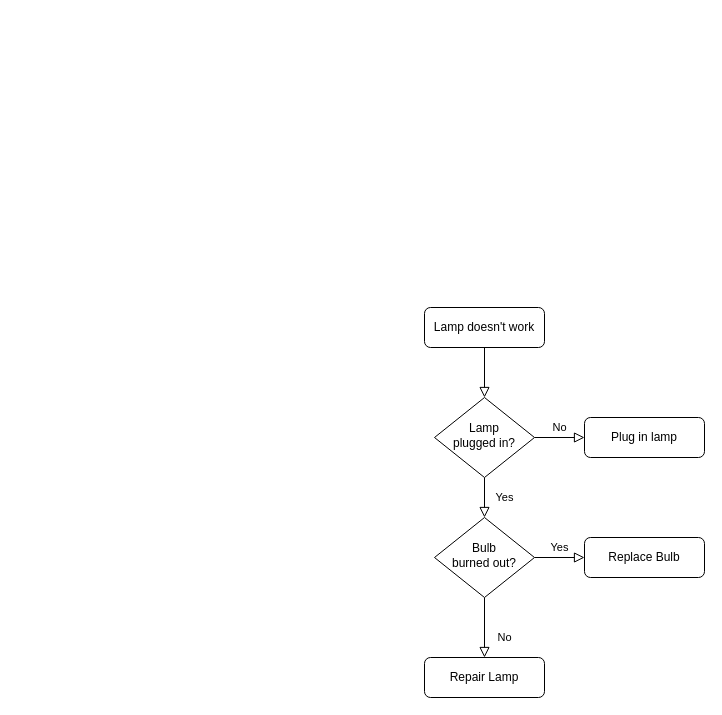
This is frontend/node_eventloop.drawio from Rockergmail/draw.io, a draw.io file, before an edit. Source tidied: cells renumbered, new cells numbered last; positions are measured from the earlier drawing's top-left corner, leaving out a move shared by most shapes. Both pictures are drawn from the tidied source at 100%, with x=0, y=0 at pixel (424, 307).
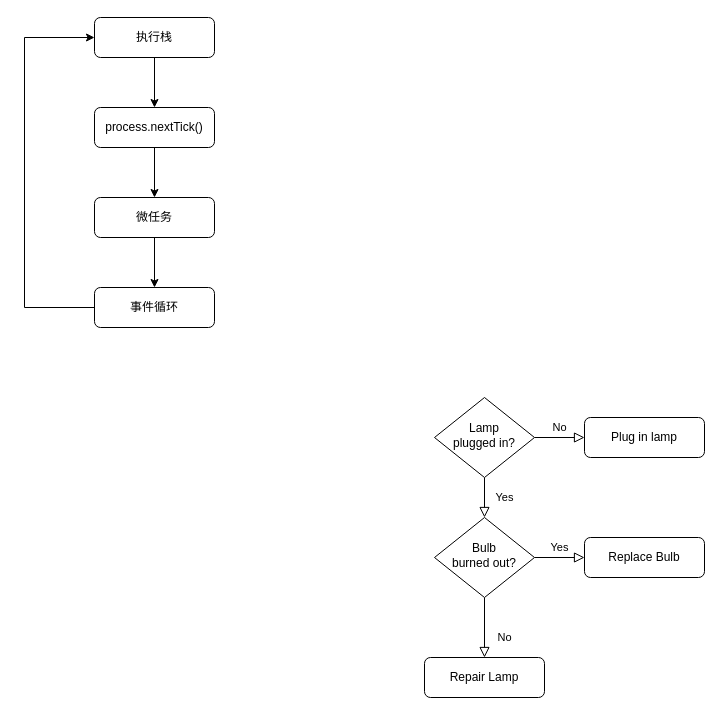
The same diagram, later.

The change refers to these unchanged cells:
```xml
<mxCell id="6" value="Lamp&lt;br&gt;plugged in?" style="rhombus;whiteSpace=wrap;html=1;shadow=0;fontFamily=Helvetica;fontSize=12;align=center;strokeWidth=1;spacing=6;spacingTop=-4;" parent="1" vertex="1">
  <mxGeometry x="10" y="90" width="100" height="80" as="geometry" />
</mxCell>
```

The edit, as a diff of the source:
```diff
@@
-    <mxCell id="2" style="rounded=0;html=1;jettySize=auto;fontSize=11;endArrow=block;endFill=0;endSize=8;strokeWidth=1;shadow=0;labelBackgroundColor=none;edgeStyle=orthogonalEdgeStyle;" parent="1" edge="1" source="3" target="6">
-      <mxGeometry relative="1" as="geometry" />
-    </mxCell>
+    <mxCell id="13" style="edgeStyle=orthogonalEdgeStyle;rounded=0;jettySize=auto;html=1;exitX=0.5;exitY=1;exitDx=0;exitDy=0;entryX=0.5;entryY=0;entryDx=0;entryDy=0;" parent="1" edge="1" source="3" target="19">
+      <mxGeometry relative="1" as="geometry" />
+    </mxCell>
-    <mxCell id="3" value="Lamp doesn't work" style="rounded=1;whiteSpace=wrap;html=1;fontSize=12;glass=0;strokeWidth=1;shadow=0;" parent="1" vertex="1">
-      <mxGeometry width="120" height="40" as="geometry" />
+    <mxCell id="3" value="微任务" style="rounded=1;whiteSpace=wrap;html=1;fontSize=12;glass=0;strokeWidth=1;shadow=0;" parent="1" vertex="1">
+      <mxGeometry x="-330" y="-110" width="120" height="40" as="geometry" />
     </mxCell>
@@
+    <mxCell id="14" style="edgeStyle=orthogonalEdgeStyle;rounded=0;jettySize=auto;html=1;exitX=0.5;exitY=1;exitDx=0;exitDy=0;entryX=0.5;entryY=0;entryDx=0;entryDy=0;" parent="1" edge="1" source="15" target="3">
+      <mxGeometry relative="1" as="geometry" />
+    </mxCell>
+    <mxCell id="15" value="process.nextTick()" style="rounded=1;whiteSpace=wrap;html=1;fontSize=12;glass=0;strokeWidth=1;shadow=0;" parent="1" vertex="1">
+      <mxGeometry x="-330" y="-200" width="120" height="40" as="geometry" />
+    </mxCell>
+    <mxCell id="16" style="edgeStyle=orthogonalEdgeStyle;rounded=0;jettySize=auto;html=1;exitX=0.5;exitY=1;exitDx=0;exitDy=0;entryX=0.5;entryY=0;entryDx=0;entryDy=0;" parent="1" edge="1" source="17" target="15">
+      <mxGeometry relative="1" as="geometry" />
+    </mxCell>
+    <mxCell id="17" value="执行栈" style="rounded=1;whiteSpace=wrap;html=1;fontSize=12;glass=0;strokeWidth=1;shadow=0;" parent="1" vertex="1">
+      <mxGeometry x="-330" y="-290" width="120" height="40" as="geometry" />
+    </mxCell>
+    <mxCell id="18" style="edgeStyle=orthogonalEdgeStyle;rounded=0;jettySize=auto;html=1;exitX=0;exitY=0.5;exitDx=0;exitDy=0;entryX=0;entryY=0.5;entryDx=0;entryDy=0;" parent="1" edge="1" source="19" target="17">
+      <mxGeometry relative="1" as="geometry">
+        <Array as="points">
+          <mxPoint x="-400" />
+          <mxPoint x="-400" y="-270" />
+        </Array>
+      </mxGeometry>
+    </mxCell>
+    <mxCell id="19" value="事件循环" style="rounded=1;whiteSpace=wrap;html=1;fontSize=12;glass=0;strokeWidth=1;shadow=0;" parent="1" vertex="1">
+      <mxGeometry x="-330" y="-20" width="120" height="40" as="geometry" />
+    </mxCell>
```
